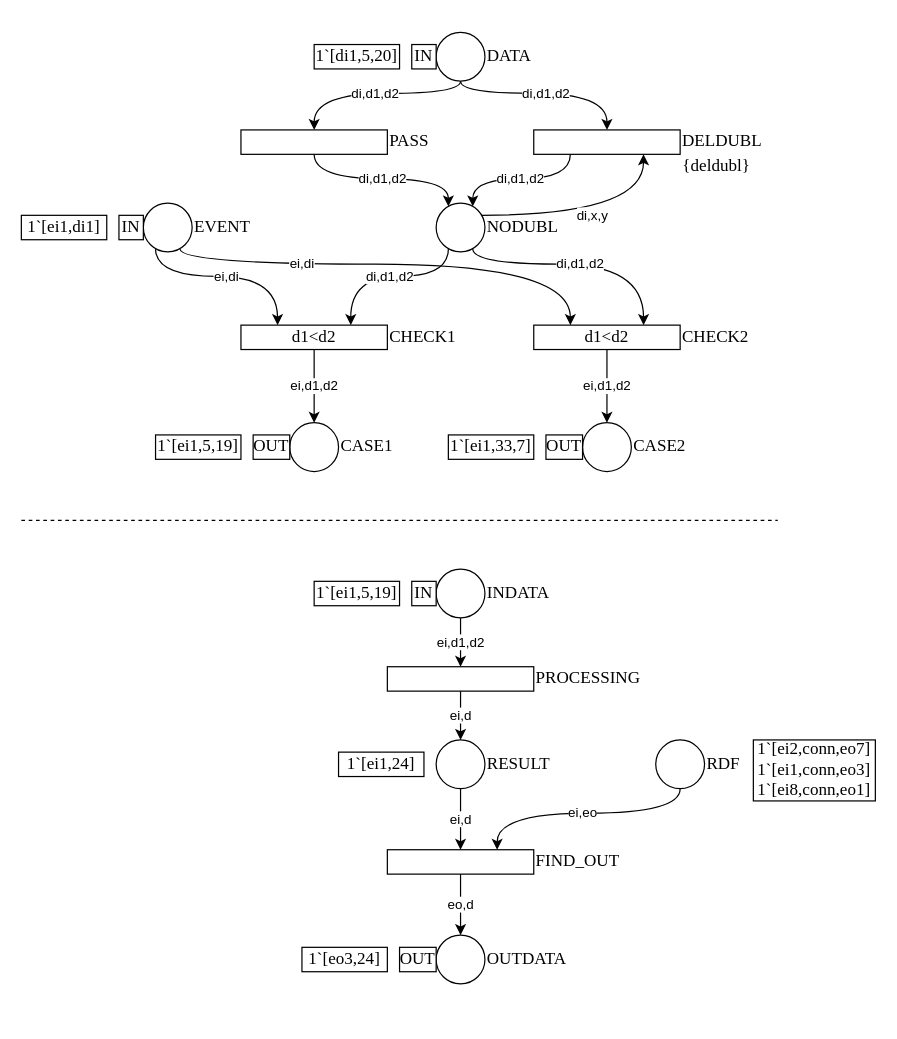
Earlier version of the draw.io diagram page "Event-Data" (7 of 7) of docs/Experimental-Nets.drawio (valooford/OntoNet-CPN). Source tidied: cells renumbered, new cells numbered last; positions are measured from the earlier drawing's top-left corner, leaving out a move shared by most shapes. Both pictures are drawn from the tidied source at 122%, with x=0, y=0 at pixel (21, 32).
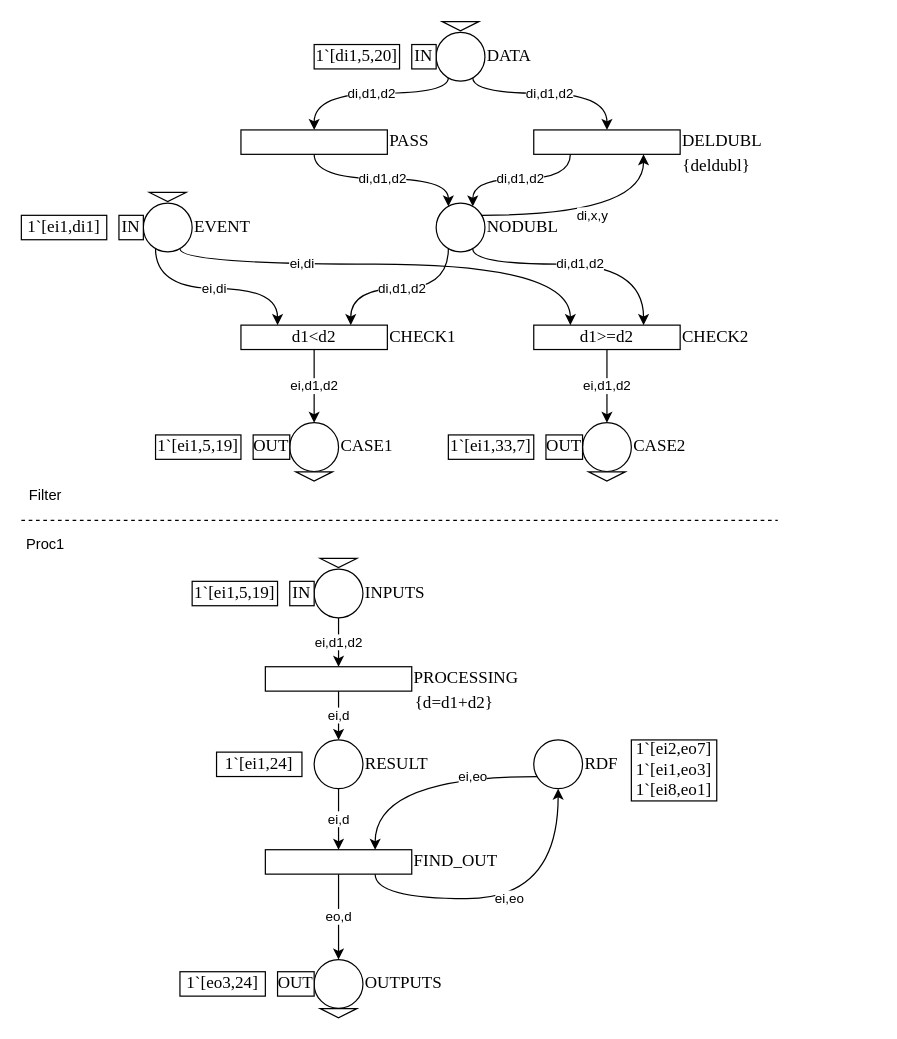
Above is the later version.

Commit message (it also covers changes not shown here):
Event-data net have been upgraded

Unchanged cells that the change refers to:
```xml
<mxCell id="4" value="EVENT" style="ellipse;whiteSpace=wrap;html=1;shadow=0;fontFamily=Times New Roman;fontSize=14;verticalAlign=middle;labelPosition=right;verticalLabelPosition=middle;align=left;" parent="1" vertex="1">
  <mxGeometry x="100" y="140" width="40" height="40" as="geometry" />
</mxCell>
<mxCell id="7" value="CHECK1" style="rounded=0;whiteSpace=wrap;html=1;shadow=0;fontFamily=Times New Roman;fontSize=14;labelPosition=right;verticalLabelPosition=middle;align=left;verticalAlign=middle;" parent="1" vertex="1">
  <mxGeometry x="180" y="240" width="120" height="20" as="geometry" />
</mxCell>
<mxCell id="12" value="DATA" style="ellipse;whiteSpace=wrap;html=1;shadow=0;fontFamily=Times New Roman;fontSize=14;verticalAlign=middle;labelPosition=right;verticalLabelPosition=middle;align=left;" parent="1" vertex="1">
  <mxGeometry x="340" width="40" height="40" as="geometry" />
</mxCell>
<mxCell id="16" value="DELDUBL" style="rounded=0;whiteSpace=wrap;html=1;shadow=0;fontFamily=Times New Roman;fontSize=14;labelPosition=right;verticalLabelPosition=middle;align=left;verticalAlign=middle;" parent="1" vertex="1">
  <mxGeometry x="420" y="80" width="120" height="20" as="geometry" />
</mxCell>
<mxCell id="18" value="PASS" style="rounded=0;whiteSpace=wrap;html=1;shadow=0;fontFamily=Times New Roman;fontSize=14;labelPosition=right;verticalLabelPosition=middle;align=left;verticalAlign=middle;" parent="1" vertex="1">
  <mxGeometry x="180" y="80" width="120" height="20" as="geometry" />
</mxCell>
<mxCell id="22" value="NODUBL" style="ellipse;whiteSpace=wrap;html=1;shadow=0;fontFamily=Times New Roman;fontSize=14;verticalAlign=middle;labelPosition=right;verticalLabelPosition=middle;align=left;" parent="1" vertex="1">
  <mxGeometry x="340" y="140" width="40" height="40" as="geometry" />
</mxCell>
```

What changed in the source:
```diff
@@
     <mxCell id="2" value="ei,di" style="edgeStyle=orthogonalEdgeStyle;curved=1;rounded=0;jettySize=auto;html=1;entryX=0.25;entryY=0;entryDx=0;entryDy=0;" parent="1" edge="1" source="4" target="7">
       <mxGeometry relative="1" as="geometry">
         <Array as="points">
-          <mxPoint x="110" y="200" />
-          <mxPoint x="210" y="200" />
+          <mxPoint x="110" y="210" />
+          <mxPoint x="210" y="210" />
         </Array>
       </mxGeometry>
     </mxCell>
@@
     <mxCell id="10" value="di,d1,d2" style="edgeStyle=orthogonalEdgeStyle;rounded=0;jettySize=auto;html=1;curved=1;" parent="1" edge="1" source="12" target="18">
       <mxGeometry relative="1" as="geometry">
         <Array as="points">
-          <mxPoint x="360" y="50" />
+          <mxPoint x="350" y="50" />
           <mxPoint x="240" y="50" />
         </Array>
       </mxGeometry>
     </mxCell>
     <mxCell id="11" value="di,d1,d2" style="edgeStyle=orthogonalEdgeStyle;curved=1;rounded=0;jettySize=auto;html=1;" parent="1" edge="1" source="12" target="16">
       <mxGeometry relative="1" as="geometry">
         <Array as="points">
-          <mxPoint x="360" y="50" />
+          <mxPoint x="370" y="50" />
           <mxPoint x="480" y="50" />
         </Array>
       </mxGeometry>
     </mxCell>
@@
     <mxCell id="20" value="di,d1,d2" style="edgeStyle=orthogonalEdgeStyle;curved=1;rounded=0;jettySize=auto;html=1;entryX=0.75;entryY=0;entryDx=0;entryDy=0;" parent="1" edge="1" source="22" target="7">
       <mxGeometry relative="1" as="geometry">
         <Array as="points">
-          <mxPoint x="350" y="200" />
-          <mxPoint x="270" y="200" />
+          <mxPoint x="350" y="210" />
+          <mxPoint x="270" y="210" />
         </Array>
       </mxGeometry>
     </mxCell>
@@
-    <mxCell id="30" value="d1&amp;lt;d2" style="text;html=1;strokeColor=none;fillColor=none;align=center;verticalAlign=middle;whiteSpace=wrap;rounded=0;shadow=0;fontFamily=Times New Roman;fontSize=14;" parent="1" vertex="1">
+    <mxCell id="30" value="d1&amp;gt;=d2" style="text;html=1;strokeColor=none;fillColor=none;align=center;verticalAlign=middle;whiteSpace=wrap;rounded=0;shadow=0;fontFamily=Times New Roman;fontSize=14;" parent="1" vertex="1">
       <mxGeometry x="460" y="240" width="40" height="20" as="geometry" />
     </mxCell>
@@
-    <mxCell id="35" value="INDATA" style="ellipse;whiteSpace=wrap;html=1;shadow=0;fontFamily=Times New Roman;fontSize=14;verticalAlign=middle;labelPosition=right;verticalLabelPosition=middle;align=left;" parent="1" vertex="1">
-      <mxGeometry x="340" y="440" width="40" height="40" as="geometry" />
+    <mxCell id="35" value="INPUTS" style="ellipse;whiteSpace=wrap;html=1;shadow=0;fontFamily=Times New Roman;fontSize=14;verticalAlign=middle;labelPosition=right;verticalLabelPosition=middle;align=left;" parent="1" vertex="1">
+      <mxGeometry x="240" y="440" width="40" height="40" as="geometry" />
     </mxCell>
     <mxCell id="36" value="IN" style="rounded=0;whiteSpace=wrap;html=1;shadow=0;fontFamily=Times New Roman;fontSize=14;" parent="1" vertex="1">
-      <mxGeometry x="320" y="450" width="20" height="20" as="geometry" />
+      <mxGeometry x="220" y="450" width="20" height="20" as="geometry" />
     </mxCell>
     <mxCell id="37" value="1`[ei1,5,19]" style="rounded=0;whiteSpace=wrap;html=1;shadow=0;fontFamily=Times New Roman;fontSize=14;" parent="1" vertex="1">
-      <mxGeometry x="240" y="450" width="70" height="20" as="geometry" />
+      <mxGeometry x="140" y="450" width="70" height="20" as="geometry" />
     </mxCell>
@@
     <mxCell id="39" value="PROCESSING" style="rounded=0;whiteSpace=wrap;html=1;shadow=0;fontFamily=Times New Roman;fontSize=14;labelPosition=right;verticalLabelPosition=middle;align=left;verticalAlign=middle;" parent="1" vertex="1">
-      <mxGeometry x="300" y="520" width="120" height="20" as="geometry" />
+      <mxGeometry x="200" y="520" width="120" height="20" as="geometry" />
     </mxCell>
@@
     <mxCell id="41" value="RESULT" style="ellipse;whiteSpace=wrap;html=1;shadow=0;fontFamily=Times New Roman;fontSize=14;verticalAlign=middle;labelPosition=right;verticalLabelPosition=middle;align=left;" parent="1" vertex="1">
-      <mxGeometry x="340" y="580" width="40" height="40" as="geometry" />
+      <mxGeometry x="240" y="580" width="40" height="40" as="geometry" />
     </mxCell>
@@
+    <mxCell id="51" value="ei,eo" style="edgeStyle=orthogonalEdgeStyle;curved=1;rounded=0;jettySize=auto;html=1;exitX=0.75;exitY=1;exitDx=0;exitDy=0;" parent="1" edge="1" source="43" target="49">
+      <mxGeometry relative="1" as="geometry" />
+    </mxCell>
     <mxCell id="43" value="FIND_OUT" style="rounded=0;whiteSpace=wrap;html=1;shadow=0;fontFamily=Times New Roman;fontSize=14;labelPosition=right;verticalLabelPosition=middle;align=left;verticalAlign=middle;" parent="1" vertex="1">
-      <mxGeometry x="300" y="670" width="120" height="20" as="geometry" />
+      <mxGeometry x="200" y="670" width="120" height="20" as="geometry" />
     </mxCell>
-    <mxCell id="44" value="OUTDATA" style="ellipse;whiteSpace=wrap;html=1;shadow=0;fontFamily=Times New Roman;fontSize=14;verticalAlign=middle;labelPosition=right;verticalLabelPosition=middle;align=left;" parent="1" vertex="1">
-      <mxGeometry x="340" y="740" width="40" height="40" as="geometry" />
+    <mxCell id="44" value="OUTPUTS" style="ellipse;whiteSpace=wrap;html=1;shadow=0;fontFamily=Times New Roman;fontSize=14;verticalAlign=middle;labelPosition=right;verticalLabelPosition=middle;align=left;" parent="1" vertex="1">
+      <mxGeometry x="240" y="760" width="40" height="40" as="geometry" />
     </mxCell>
     <mxCell id="45" value="OUT" style="rounded=0;whiteSpace=wrap;html=1;shadow=0;fontFamily=Times New Roman;fontSize=14;" parent="1" vertex="1">
-      <mxGeometry x="310" y="750" width="30" height="20" as="geometry" />
+      <mxGeometry x="210" y="770" width="30" height="20" as="geometry" />
     </mxCell>
     <mxCell id="46" value="1`[eo3,24]" style="rounded=0;whiteSpace=wrap;html=1;shadow=0;fontFamily=Times New Roman;fontSize=14;" parent="1" vertex="1">
-      <mxGeometry x="230" y="750" width="70" height="20" as="geometry" />
+      <mxGeometry x="130" y="770" width="70" height="20" as="geometry" />
     </mxCell>
     <mxCell id="47" value="1`[ei1,24]" style="rounded=0;whiteSpace=wrap;html=1;shadow=0;fontFamily=Times New Roman;fontSize=14;" parent="1" vertex="1">
-      <mxGeometry x="260" y="590" width="70" height="20" as="geometry" />
+      <mxGeometry x="160" y="590" width="70" height="20" as="geometry" />
     </mxCell>
     <mxCell id="48" value="ei,eo" style="edgeStyle=orthogonalEdgeStyle;curved=1;rounded=0;jettySize=auto;html=1;entryX=0.75;entryY=0;entryDx=0;entryDy=0;" parent="1" edge="1" source="49" target="43">
-      <mxGeometry relative="1" as="geometry">
+      <mxGeometry x="-0.45" relative="1" as="geometry">
         <Array as="points">
-          <mxPoint x="540" y="640" />
-          <mxPoint x="390" y="640" />
+          <mxPoint x="290" y="610" />
         </Array>
       </mxGeometry>
     </mxCell>
     <mxCell id="49" value="RDF" style="ellipse;whiteSpace=wrap;html=1;shadow=0;fontFamily=Times New Roman;fontSize=14;verticalAlign=middle;labelPosition=right;verticalLabelPosition=middle;align=left;" parent="1" vertex="1">
-      <mxGeometry x="520" y="580" width="40" height="40" as="geometry" />
+      <mxGeometry x="420" y="580" width="40" height="40" as="geometry" />
     </mxCell>
-    <mxCell id="50" value="1`[ei2,conn,eo7]&lt;br&gt;1`[ei1,conn,eo3]&lt;br&gt;1`[ei8,conn,eo1]" style="rounded=0;whiteSpace=wrap;html=1;shadow=0;fontFamily=Times New Roman;fontSize=14;" parent="1" vertex="1">
-      <mxGeometry x="600" y="580" width="100" height="50" as="geometry" />
+    <mxCell id="50" value="1`[ei2,eo7]&lt;br&gt;1`[ei1,eo3]&lt;br&gt;1`[ei8,eo1]" style="rounded=0;whiteSpace=wrap;html=1;shadow=0;fontFamily=Times New Roman;fontSize=14;" parent="1" vertex="1">
+      <mxGeometry x="500" y="580" width="70" height="50" as="geometry" />
     </mxCell>
+    <mxCell id="52" value="{d=d1+d2}" style="text;html=1;strokeColor=none;fillColor=none;align=center;verticalAlign=middle;whiteSpace=wrap;rounded=0;shadow=0;fontFamily=Times New Roman;fontSize=14;" parent="1" vertex="1">
+      <mxGeometry x="320" y="540" width="70" height="20" as="geometry" />
+    </mxCell>
+    <mxCell id="53" value="Filter" style="text;html=1;strokeColor=none;fillColor=none;align=center;verticalAlign=middle;whiteSpace=wrap;rounded=0;" parent="1" vertex="1">
+      <mxGeometry y="370" width="40" height="20" as="geometry" />
+    </mxCell>
+    <mxCell id="54" value="Proc1" style="text;html=1;strokeColor=none;fillColor=none;align=center;verticalAlign=middle;whiteSpace=wrap;rounded=0;" parent="1" vertex="1">
+      <mxGeometry y="410" width="40" height="20" as="geometry" />
+    </mxCell>
+    <mxCell id="55" style="triangle;whiteSpace=wrap;html=1;rotation=90;" parent="1" vertex="1">
+      <mxGeometry x="476.2" y="349" width="7.5" height="30" as="geometry" />
+    </mxCell>
+    <mxCell id="56" style="triangle;whiteSpace=wrap;html=1;rotation=90;" parent="1" vertex="1">
+      <mxGeometry x="236.2" y="349" width="7.5" height="30" as="geometry" />
+    </mxCell>
+    <mxCell id="57" style="triangle;whiteSpace=wrap;html=1;rotation=90;" parent="1" vertex="1">
+      <mxGeometry x="116.2" y="120" width="7.5" height="30" as="geometry" />
+    </mxCell>
+    <mxCell id="58" style="triangle;whiteSpace=wrap;html=1;rotation=90;" parent="1" vertex="1">
+      <mxGeometry x="356.2" y="-20" width="7.5" height="30" as="geometry" />
+    </mxCell>
+    <mxCell id="59" style="triangle;whiteSpace=wrap;html=1;rotation=90;" parent="1" vertex="1">
+      <mxGeometry x="256.2" y="420" width="7.5" height="30" as="geometry" />
+    </mxCell>
+    <mxCell id="60" style="triangle;whiteSpace=wrap;html=1;rotation=90;" parent="1" vertex="1">
+      <mxGeometry x="256.2" y="789" width="7.5" height="30" as="geometry" />
+    </mxCell>
```
